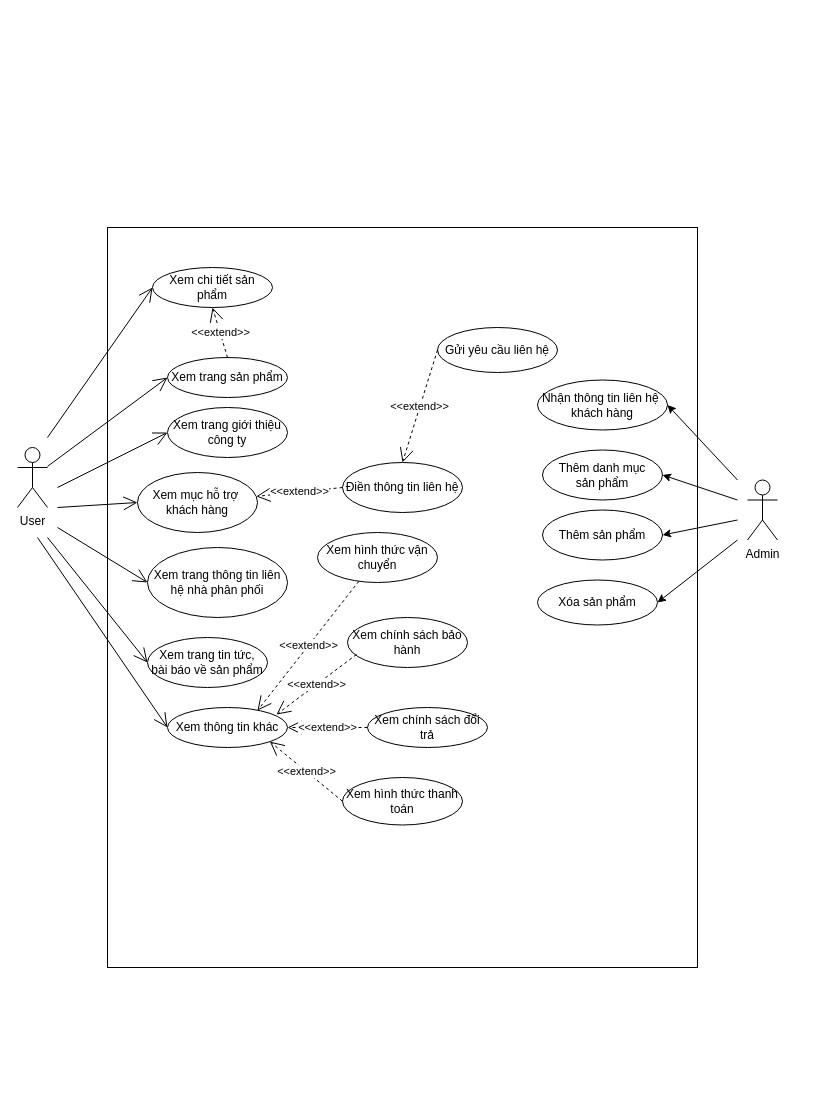
This is userDiagram.drawio from hoangminh15/PTTKHT, a draw.io file, before an edit. Source tidied: cells renumbered, new cells numbered last; positions are measured from the earlier drawing's top-left corner, leaving out a move shared by most shapes. Both pictures are drawn from the tidied source at 100%, with x=0, y=0 at pixel (17, 227).
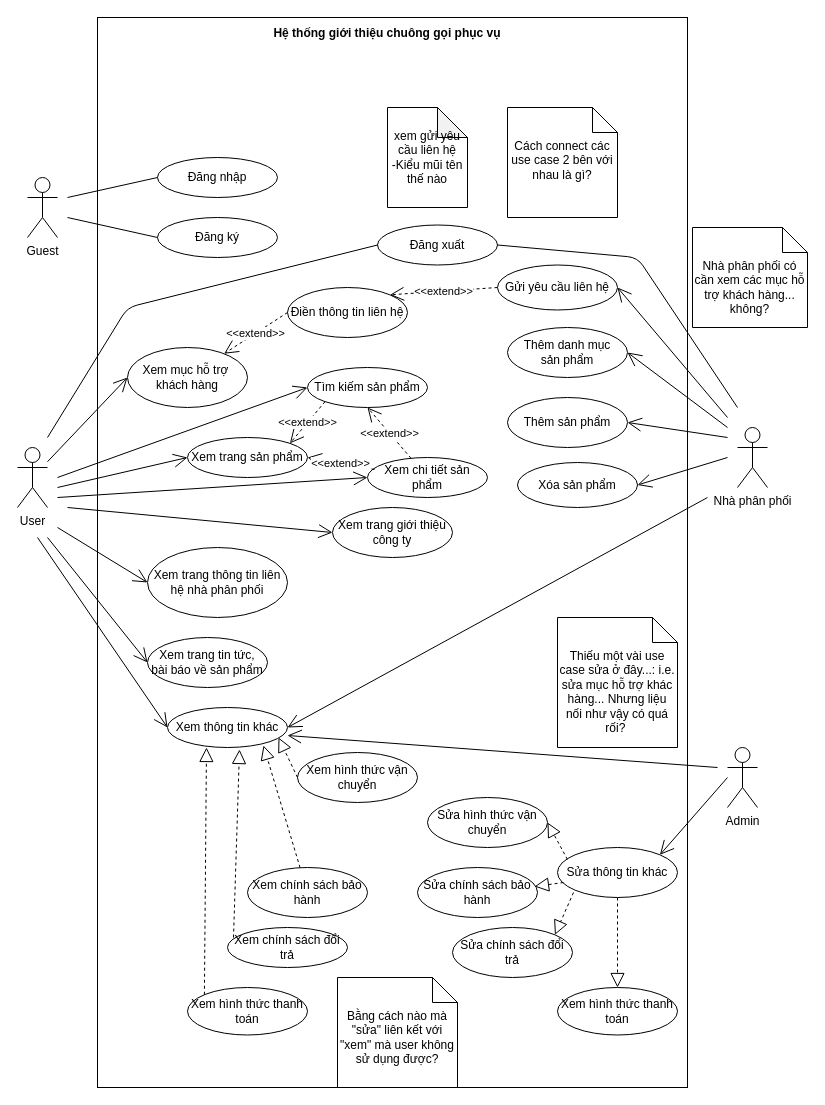
After the change.

Unchanged cells that the change refers to:
```xml
<mxCell id="2" value="User&lt;br&gt;" style="shape=umlActor;verticalLabelPosition=bottom;verticalAlign=top;html=1;outlineConnect=0;" parent="1" vertex="1">
  <mxGeometry y="220" width="30" height="60" as="geometry" />
</mxCell>
<mxCell id="18" value="Xem thông tin khác" style="ellipse;whiteSpace=wrap;html=1;" parent="1" vertex="1">
  <mxGeometry x="150" y="480" width="120" height="40" as="geometry" />
</mxCell>
```

The edit, as a diff of the source:
```diff
@@
     <mxCell id="3" style="rounded=0;whiteSpace=wrap;html=1;" parent="1" vertex="1">
-      <mxGeometry x="90" width="590" height="740" as="geometry" />
+      <mxGeometry x="80" y="-210" width="590" height="1070" as="geometry" />
     </mxCell>
     <mxCell id="4" value="Xem chi tiết sản phẩm" style="ellipse;whiteSpace=wrap;html=1;" parent="1" vertex="1">
-      <mxGeometry x="135" y="40" width="120" height="40" as="geometry" />
+      <mxGeometry x="350" y="230" width="120" height="40" as="geometry" />
     </mxCell>
     <mxCell id="5" value="Xem trang sản phẩm" style="ellipse;whiteSpace=wrap;html=1;" parent="1" vertex="1">
-      <mxGeometry x="150" y="130" width="120" height="40" as="geometry" />
+      <mxGeometry x="170" y="210" width="120" height="40" as="geometry" />
     </mxCell>
@@
     <mxCell id="8" value="Điền thông tin liên hệ" style="ellipse;whiteSpace=wrap;html=1;" parent="1" vertex="1">
-      <mxGeometry x="325" y="235" width="120" height="50" as="geometry" />
+      <mxGeometry x="270" y="60" width="120" height="50" as="geometry" />
     </mxCell>
     <mxCell id="9" value="Gửi yêu cầu liên hệ" style="ellipse;whiteSpace=wrap;html=1;" parent="1" vertex="1">
-      <mxGeometry x="420" y="100" width="120" height="45" as="geometry" />
+      <mxGeometry x="480" y="37.5" width="120" height="45" as="geometry" />
     </mxCell>
     <mxCell id="10" value="Xem mục hỗ trợ&amp;nbsp;&lt;br&gt;khách hàng" style="ellipse;whiteSpace=wrap;html=1;" parent="1" vertex="1">
-      <mxGeometry x="120" y="245" width="120" height="60" as="geometry" />
+      <mxGeometry x="110" y="120" width="120" height="60" as="geometry" />
     </mxCell>
     <mxCell id="11" value="Xem hình thức thanh toán" style="ellipse;whiteSpace=wrap;html=1;" parent="1" vertex="1">
-      <mxGeometry x="325" y="550" width="120" height="47.5" as="geometry" />
+      <mxGeometry x="170" y="760" width="120" height="47.5" as="geometry" />
     </mxCell>
     <mxCell id="12" value="Xem hình thức vận chuyển" style="ellipse;whiteSpace=wrap;html=1;" parent="1" vertex="1">
-      <mxGeometry x="300" y="305" width="120" height="50" as="geometry" />
+      <mxGeometry x="280" y="525" width="120" height="50" as="geometry" />
     </mxCell>
     <mxCell id="13" value="Xem chính sách bảo hành" style="ellipse;whiteSpace=wrap;html=1;" parent="1" vertex="1">
-      <mxGeometry x="330" y="390" width="120" height="50" as="geometry" />
+      <mxGeometry x="230" y="640" width="120" height="50" as="geometry" />
     </mxCell>
     <mxCell id="14" value="Xem chính sách đổi trả" style="ellipse;whiteSpace=wrap;html=1;" parent="1" vertex="1">
-      <mxGeometry x="350" y="480" width="120" height="40" as="geometry" />
+      <mxGeometry x="210" y="700" width="120" height="40" as="geometry" />
     </mxCell>
     <mxCell id="15" value="Thêm sản phẩm" style="ellipse;whiteSpace=wrap;html=1;" parent="1" vertex="1">
-      <mxGeometry x="525" y="282.5" width="120" height="50" as="geometry" />
+      <mxGeometry x="490" y="170" width="120" height="50" as="geometry" />
     </mxCell>
-    <mxCell id="16" value="Nhận thông tin liên hệ&amp;nbsp;&lt;br&gt;khách hàng" style="ellipse;whiteSpace=wrap;html=1;" parent="1" vertex="1">
-      <mxGeometry x="520" y="152.5" width="130" height="50" as="geometry" />
-    </mxCell>
     <mxCell id="17" value="Thêm danh mục &lt;br&gt;sản phẩm" style="ellipse;whiteSpace=wrap;html=1;" parent="1" vertex="1">
-      <mxGeometry x="525" y="222.5" width="120" height="50" as="geometry" />
+      <mxGeometry x="490" y="100" width="120" height="50" as="geometry" />
     </mxCell>
@@
     <mxCell id="19" value="Xóa sản phẩm" style="ellipse;whiteSpace=wrap;html=1;" parent="1" vertex="1">
-      <mxGeometry x="520" y="352.5" width="120" height="45" as="geometry" />
+      <mxGeometry x="500" y="235" width="120" height="45" as="geometry" />
     </mxCell>
@@
-    <mxCell id="21" value="&amp;lt;&amp;lt;extend&amp;gt;&amp;gt;" style="endArrow=open;endSize=12;dashed=1;html=1;exitX=0;exitY=0.5;exitDx=0;exitDy=0;entryX=0.5;entryY=0;entryDx=0;entryDy=0;" parent="1" edge="1" source="9" target="8">
+    <mxCell id="21" value="&amp;lt;&amp;lt;extend&amp;gt;&amp;gt;" style="endArrow=open;endSize=12;dashed=1;html=1;exitX=0;exitY=0.5;exitDx=0;exitDy=0;entryX=1;entryY=0;entryDx=0;entryDy=0;" parent="1" edge="1" source="9" target="8">
       <mxGeometry relative="1" as="geometry" />
     </mxCell>
@@
     <mxCell id="23" value="Xem trang giới thiệu công ty" style="ellipse;whiteSpace=wrap;html=1;" parent="1" vertex="1">
-      <mxGeometry x="150" y="180" width="120" height="50" as="geometry" />
+      <mxGeometry x="315" y="280" width="120" height="50" as="geometry" />
     </mxCell>
-    <mxCell id="24" value="&amp;lt;&amp;lt;extend&amp;gt;&amp;gt;" style="endArrow=open;endSize=12;dashed=1;html=1;exitX=0.5;exitY=0;exitDx=0;exitDy=0;entryX=0.5;entryY=1;entryDx=0;entryDy=0;" parent="1" edge="1" source="5" target="4">
+    <mxCell id="24" value="&amp;lt;&amp;lt;extend&amp;gt;&amp;gt;" style="endArrow=open;endSize=12;dashed=1;html=1;exitX=0.058;exitY=0.3;exitDx=0;exitDy=0;exitPerimeter=0;entryX=1;entryY=0.5;entryDx=0;entryDy=0;" parent="1" edge="1" source="4" target="5">
       <mxGeometry relative="1" as="geometry" />
     </mxCell>
     <mxCell id="25" style="endArrow=open;endFill=1;endSize=12;html=1;entryX=0;entryY=0.5;entryDx=0;entryDy=0;" parent="1" edge="1" target="4">
       <mxGeometry relative="1" as="geometry">
-        <mxPoint x="30" y="210" as="sourcePoint" />
+        <mxPoint x="40" y="270" as="sourcePoint" />
       </mxGeometry>
     </mxCell>
-    <mxCell id="26" style="endArrow=open;endFill=1;endSize=12;html=1;entryX=0;entryY=0.5;entryDx=0;entryDy=0;" parent="1" edge="1" source="2" target="5">
-      <mxGeometry relative="1" as="geometry" />
+    <mxCell id="26" style="endArrow=open;endFill=1;endSize=12;html=1;entryX=0;entryY=0.5;entryDx=0;entryDy=0;" parent="1" edge="1" target="5">
+      <mxGeometry relative="1" as="geometry">
+        <mxPoint x="40" y="260" as="sourcePoint" />
+      </mxGeometry>
     </mxCell>
     <mxCell id="27" style="endArrow=open;endFill=1;endSize=12;html=1;entryX=0;entryY=0.5;entryDx=0;entryDy=0;" parent="1" edge="1" target="23">
       <mxGeometry relative="1" as="geometry">
-        <mxPoint x="40" y="260" as="sourcePoint" />
+        <mxPoint x="50" y="280" as="sourcePoint" />
       </mxGeometry>
     </mxCell>
-    <mxCell id="28" style="endArrow=open;endFill=1;endSize=12;html=1;entryX=0;entryY=0.5;entryDx=0;entryDy=0;" parent="1" edge="1" target="10">
-      <mxGeometry relative="1" as="geometry">
-        <mxPoint x="40" y="280" as="sourcePoint" />
-      </mxGeometry>
+    <mxCell id="28" style="endArrow=open;endFill=1;endSize=12;html=1;entryX=0;entryY=0.5;entryDx=0;entryDy=0;" parent="1" edge="1" source="2" target="10">
+      <mxGeometry relative="1" as="geometry" />
     </mxCell>
@@
+    <mxCell id="36" value="Nhà phân phối&lt;br&gt;" style="shape=umlActor;verticalLabelPosition=bottom;verticalAlign=top;html=1;" parent="1" vertex="1">
+      <mxGeometry x="720" y="200" width="30" height="60" as="geometry" />
+    </mxCell>
+    <mxCell id="41" value="Đăng nhập" style="ellipse;whiteSpace=wrap;html=1;" parent="1" vertex="1">
+      <mxGeometry x="140" y="-70" width="120" height="40" as="geometry" />
+    </mxCell>
+    <mxCell id="42" value="Đăng ký" style="ellipse;whiteSpace=wrap;html=1;" parent="1" vertex="1">
+      <mxGeometry x="140" y="-10" width="120" height="40" as="geometry" />
+    </mxCell>
+    <mxCell id="43" value="Guest" style="shape=umlActor;verticalLabelPosition=bottom;verticalAlign=top;html=1;" parent="1" vertex="1">
+      <mxGeometry x="10" y="-50" width="30" height="60" as="geometry" />
+    </mxCell>
+    <mxCell id="44" style="endArrow=none;html=1;entryX=0;entryY=0.5;entryDx=0;entryDy=0;" parent="1" edge="1" target="41">
+      <mxGeometry relative="1" as="geometry">
+        <mxPoint x="50" y="-30" as="sourcePoint" />
+      </mxGeometry>
+    </mxCell>
+    <mxCell id="45" style="endArrow=none;html=1;entryX=0;entryY=0.5;entryDx=0;entryDy=0;" parent="1" edge="1" target="42">
+      <mxGeometry relative="1" as="geometry">
+        <mxPoint x="50" y="-10" as="sourcePoint" />
+      </mxGeometry>
+    </mxCell>
+    <mxCell id="46" value="Đăng xuất" style="ellipse;whiteSpace=wrap;html=1;" parent="1" vertex="1">
+      <mxGeometry x="360" y="-2.5" width="120" height="40" as="geometry" />
+    </mxCell>
+    <mxCell id="47" style="endArrow=none;html=1;entryX=0;entryY=0.5;entryDx=0;entryDy=0;" parent="1" edge="1" target="46">
+      <mxGeometry relative="1" as="geometry">
+        <mxPoint x="30" y="210" as="sourcePoint" />
+        <Array as="points">
+          <mxPoint x="110" y="80" />
+        </Array>
+      </mxGeometry>
+    </mxCell>
+    <mxCell id="48" style="endArrow=none;html=1;exitX=1;exitY=0.5;exitDx=0;exitDy=0;" parent="1" edge="1" source="46">
+      <mxGeometry relative="1" as="geometry">
+        <mxPoint x="720" y="180" as="targetPoint" />
+        <Array as="points">
+          <mxPoint x="620" y="30" />
+        </Array>
+      </mxGeometry>
+    </mxCell>
+    <mxCell id="49" value="Admin" style="shape=umlActor;verticalLabelPosition=bottom;verticalAlign=top;html=1;" parent="1" vertex="1">
+      <mxGeometry x="710" y="520" width="30" height="60" as="geometry" />
+    </mxCell>
+    <mxCell id="50" value="xem gửi yêu cầu liên hệ&lt;br&gt;-Kiểu mũi tên thế nào" style="shape=note;whiteSpace=wrap;html=1;backgroundOutline=1;darkOpacity=0.05;" parent="1" vertex="1">
+      <mxGeometry x="370" y="-120" width="80" height="100" as="geometry" />
+    </mxCell>
-    <mxCell id="32" value="&amp;lt;&amp;lt;extend&amp;gt;&amp;gt;" style="endArrow=open;endSize=12;dashed=1;html=1;entryX=0.75;entryY=0.075;entryDx=0;entryDy=0;entryPerimeter=0;" parent="1" edge="1" source="12" target="18">
+    <mxCell id="32" style="endArrow=block;dashed=1;endFill=0;endSize=12;html=1;exitX=0;exitY=0.5;exitDx=0;exitDy=0;entryX=0.925;entryY=0.75;entryDx=0;entryDy=0;entryPerimeter=0;" parent="1" edge="1" source="12" target="18">
       <mxGeometry relative="1" as="geometry" />
     </mxCell>
-    <mxCell id="33" value="&amp;lt;&amp;lt;extend&amp;gt;&amp;gt;" style="endArrow=open;endSize=12;dashed=1;html=1;entryX=0.908;entryY=0.175;entryDx=0;entryDy=0;entryPerimeter=0;exitX=0.075;exitY=0.74;exitDx=0;exitDy=0;exitPerimeter=0;" parent="1" edge="1" source="13" target="18">
+    <mxCell id="33" style="endArrow=block;dashed=1;endFill=0;endSize=12;html=1;entryX=0.8;entryY=0.95;entryDx=0;entryDy=0;entryPerimeter=0;" parent="1" edge="1" source="13" target="18">
       <mxGeometry relative="1" as="geometry" />
     </mxCell>
-    <mxCell id="34" value="&amp;lt;&amp;lt;extend&amp;gt;&amp;gt;" style="endArrow=open;endSize=12;dashed=1;html=1;exitX=0;exitY=0.5;exitDx=0;exitDy=0;entryX=1;entryY=0.5;entryDx=0;entryDy=0;" parent="1" edge="1" source="14" target="18">
+    <mxCell id="34" style="endArrow=block;dashed=1;endFill=0;endSize=12;html=1;entryX=0.6;entryY=1.05;entryDx=0;entryDy=0;entryPerimeter=0;exitX=0.05;exitY=0.25;exitDx=0;exitDy=0;exitPerimeter=0;" parent="1" edge="1" source="14" target="18">
       <mxGeometry relative="1" as="geometry" />
     </mxCell>
-    <mxCell id="35" value="&amp;lt;&amp;lt;extend&amp;gt;&amp;gt;" style="endArrow=open;endSize=12;dashed=1;html=1;entryX=1;entryY=1;entryDx=0;entryDy=0;exitX=0;exitY=0.5;exitDx=0;exitDy=0;" parent="1" edge="1" source="11" target="18">
+    <mxCell id="35" style="endArrow=block;dashed=1;endFill=0;endSize=12;html=1;entryX=0.325;entryY=1;entryDx=0;entryDy=0;entryPerimeter=0;exitX=0;exitY=0;exitDx=0;exitDy=0;" parent="1" edge="1" source="11" target="18">
       <mxGeometry relative="1" as="geometry" />
     </mxCell>
-    <mxCell id="36" value="Admin" style="shape=umlActor;verticalLabelPosition=bottom;verticalAlign=top;html=1;" parent="1" vertex="1">
-      <mxGeometry x="730" y="252.5" width="30" height="60" as="geometry" />
-    </mxCell>
-    <mxCell id="37" style="endArrow=classic;html=1;entryX=1;entryY=0.5;entryDx=0;entryDy=0;" parent="1" edge="1" target="16">
-      <mxGeometry relative="1" as="geometry">
-        <mxPoint x="720" y="252.5" as="sourcePoint" />
-      </mxGeometry>
-    </mxCell>
-    <mxCell id="38" style="endArrow=classic;html=1;entryX=1;entryY=0.5;entryDx=0;entryDy=0;" parent="1" edge="1" target="17">
-      <mxGeometry relative="1" as="geometry">
-        <mxPoint x="720" y="272.5" as="sourcePoint" />
-      </mxGeometry>
-    </mxCell>
-    <mxCell id="39" style="endArrow=classic;html=1;entryX=1;entryY=0.5;entryDx=0;entryDy=0;" parent="1" edge="1" target="15">
-      <mxGeometry relative="1" as="geometry">
-        <mxPoint x="720" y="292.5" as="sourcePoint" />
-      </mxGeometry>
-    </mxCell>
-    <mxCell id="40" style="endArrow=classic;html=1;entryX=1;entryY=0.5;entryDx=0;entryDy=0;" parent="1" edge="1" target="19">
-      <mxGeometry relative="1" as="geometry">
-        <mxPoint x="720" y="312.5" as="sourcePoint" />
-      </mxGeometry>
-    </mxCell>
+    <mxCell id="51" style="edgeStyle=orthogonalEdgeStyle;rounded=0;orthogonalLoop=1;jettySize=auto;html=1;exitX=0.5;exitY=1;exitDx=0;exitDy=0;" parent="1" edge="1" source="14" target="14">
+      <mxGeometry relative="1" as="geometry" />
+    </mxCell>
+    <mxCell id="52" value="Cách connect các use case 2 bên với nhau là gì?" style="shape=note2;boundedLbl=1;whiteSpace=wrap;html=1;size=25;verticalAlign=top;align=center;" parent="1" vertex="1">
+      <mxGeometry x="490" y="-120" width="110" height="110" as="geometry" />
+    </mxCell>
+    <mxCell id="53" style="endArrow=open;endFill=1;endSize=12;html=1;entryX=1;entryY=0.5;entryDx=0;entryDy=0;" parent="1" edge="1" target="18">
+      <mxGeometry relative="1" as="geometry">
+        <mxPoint x="690" y="270" as="sourcePoint" />
+      </mxGeometry>
+    </mxCell>
+    <mxCell id="54" style="endArrow=open;endFill=1;endSize=12;html=1;entryX=1;entryY=0.7;entryDx=0;entryDy=0;entryPerimeter=0;" parent="1" edge="1" target="18">
+      <mxGeometry relative="1" as="geometry">
+        <mxPoint x="700" y="540" as="sourcePoint" />
+      </mxGeometry>
+    </mxCell>
+    <mxCell id="55" style="endArrow=open;endFill=1;endSize=12;html=1;entryX=1;entryY=0.5;entryDx=0;entryDy=0;" parent="1" edge="1" target="9">
+      <mxGeometry relative="1" as="geometry">
+        <mxPoint x="710" y="190" as="sourcePoint" />
+      </mxGeometry>
+    </mxCell>
+    <mxCell id="56" style="endArrow=open;endFill=1;endSize=12;html=1;entryX=1;entryY=0.5;entryDx=0;entryDy=0;" parent="1" edge="1" target="17">
+      <mxGeometry relative="1" as="geometry">
+        <mxPoint x="710" y="200" as="sourcePoint" />
+      </mxGeometry>
+    </mxCell>
+    <mxCell id="57" style="endArrow=open;endFill=1;endSize=12;html=1;entryX=1;entryY=0.5;entryDx=0;entryDy=0;" parent="1" edge="1" target="15">
+      <mxGeometry relative="1" as="geometry">
+        <mxPoint x="710" y="210" as="sourcePoint" />
+      </mxGeometry>
+    </mxCell>
+    <mxCell id="58" style="endArrow=open;endFill=1;endSize=12;html=1;entryX=1;entryY=0.5;entryDx=0;entryDy=0;" parent="1" edge="1" target="19">
+      <mxGeometry relative="1" as="geometry">
+        <mxPoint x="710" y="230" as="sourcePoint" />
+      </mxGeometry>
+    </mxCell>
+    <mxCell id="59" value="Sửa hình thức vận chuyển" style="ellipse;whiteSpace=wrap;html=1;" parent="1" vertex="1">
+      <mxGeometry x="410" y="570" width="120" height="50" as="geometry" />
+    </mxCell>
+    <mxCell id="60" value="Sửa chính sách bảo hành" style="ellipse;whiteSpace=wrap;html=1;" parent="1" vertex="1">
+      <mxGeometry x="400" y="640" width="120" height="50" as="geometry" />
+    </mxCell>
+    <mxCell id="61" value="Sửa chính sách đổi trả" style="ellipse;whiteSpace=wrap;html=1;" parent="1" vertex="1">
+      <mxGeometry x="435" y="700" width="120" height="50" as="geometry" />
+    </mxCell>
+    <mxCell id="62" style="edgeStyle=orthogonalEdgeStyle;rounded=0;orthogonalLoop=1;jettySize=auto;html=1;exitX=0.5;exitY=1;exitDx=0;exitDy=0;" parent="1" edge="1" source="61" target="61">
+      <mxGeometry relative="1" as="geometry" />
+    </mxCell>
+    <mxCell id="63" value="Xem hình thức thanh toán" style="ellipse;whiteSpace=wrap;html=1;" parent="1" vertex="1">
+      <mxGeometry x="540" y="760" width="120" height="47.5" as="geometry" />
+    </mxCell>
+    <mxCell id="64" value="Bằng cách nào mà &quot;sửa&quot; liên kết với &quot;xem&quot; mà user không sử dụng được?" style="shape=note2;boundedLbl=1;whiteSpace=wrap;html=1;size=25;verticalAlign=top;align=center;" parent="1" vertex="1">
+      <mxGeometry x="320" y="750" width="120" height="110" as="geometry" />
+    </mxCell>
+    <mxCell id="65" value="Sửa thông tin khác" style="ellipse;whiteSpace=wrap;html=1;" parent="1" vertex="1">
+      <mxGeometry x="540" y="620" width="120" height="50" as="geometry" />
+    </mxCell>
+    <mxCell id="66" style="endArrow=open;endFill=1;endSize=12;html=1;entryX=1;entryY=0;entryDx=0;entryDy=0;" parent="1" edge="1" target="65">
+      <mxGeometry relative="1" as="geometry">
+        <mxPoint x="710" y="550" as="sourcePoint" />
+      </mxGeometry>
+    </mxCell>
+    <mxCell id="67" style="endArrow=block;dashed=1;endFill=0;endSize=12;html=1;exitX=0.083;exitY=0.24;exitDx=0;exitDy=0;entryX=1;entryY=0.5;entryDx=0;entryDy=0;exitPerimeter=0;" parent="1" edge="1" source="65" target="59">
+      <mxGeometry relative="1" as="geometry" />
+    </mxCell>
+    <mxCell id="68" style="endArrow=block;dashed=1;endFill=0;endSize=12;html=1;exitX=0.05;exitY=0.7;exitDx=0;exitDy=0;entryX=0.975;entryY=0.38;entryDx=0;entryDy=0;exitPerimeter=0;entryPerimeter=0;" parent="1" edge="1" source="65" target="60">
+      <mxGeometry relative="1" as="geometry" />
+    </mxCell>
+    <mxCell id="69" style="endArrow=block;dashed=1;endFill=0;endSize=12;html=1;exitX=0.05;exitY=0.7;exitDx=0;exitDy=0;entryX=1;entryY=0;entryDx=0;entryDy=0;exitPerimeter=0;" parent="1" edge="1" target="61">
+      <mxGeometry relative="1" as="geometry">
+        <mxPoint x="556" y="665" as="sourcePoint" />
+      </mxGeometry>
+    </mxCell>
+    <mxCell id="70" style="endArrow=block;dashed=1;endFill=0;endSize=12;html=1;exitX=0.5;exitY=1;exitDx=0;exitDy=0;" parent="1" edge="1" source="65" target="63">
+      <mxGeometry relative="1" as="geometry" />
+    </mxCell>
+    <mxCell id="71" value="Tìm kiếm sản phẩm" style="ellipse;whiteSpace=wrap;html=1;" parent="1" vertex="1">
+      <mxGeometry x="290" y="140" width="120" height="40" as="geometry" />
+    </mxCell>
+    <mxCell id="72" style="endArrow=open;endFill=1;endSize=12;html=1;entryX=0;entryY=0.5;entryDx=0;entryDy=0;" parent="1" edge="1" target="71">
+      <mxGeometry relative="1" as="geometry">
+        <mxPoint x="40" y="250" as="sourcePoint" />
+      </mxGeometry>
+    </mxCell>
+    <mxCell id="73" value="&amp;lt;&amp;lt;extend&amp;gt;&amp;gt;" style="endArrow=open;endSize=12;dashed=1;html=1;exitX=0;exitY=1;exitDx=0;exitDy=0;entryX=1;entryY=0;entryDx=0;entryDy=0;" parent="1" edge="1" source="71" target="5">
+      <mxGeometry relative="1" as="geometry" />
+    </mxCell>
+    <mxCell id="74" value="&amp;lt;&amp;lt;extend&amp;gt;&amp;gt;" style="endArrow=open;endSize=12;dashed=1;html=1;entryX=0.5;entryY=1;entryDx=0;entryDy=0;" parent="1" edge="1" source="4" target="71">
+      <mxGeometry relative="1" as="geometry" />
+    </mxCell>
+    <mxCell id="75" value="Nhà phân phối có cần xem các mục hỗ trợ khách hàng... không?" style="shape=note2;boundedLbl=1;whiteSpace=wrap;html=1;size=25;verticalAlign=top;align=center;" parent="1" vertex="1">
+      <mxGeometry x="675" width="115" height="100" as="geometry" />
+    </mxCell>
+    <mxCell id="76" value="Hệ thống giới thiệu chuông gọi phục vụ" style="text;align=center;fontStyle=1;verticalAlign=middle;spacingLeft=3;spacingRight=3;strokeColor=none;" parent="1" vertex="1">
+      <mxGeometry x="310" y="-200" width="120" height="10" as="geometry" />
+    </mxCell>
+    <mxCell id="77" value="Thiếu một vài use case sửa ở đây...: i.e. sửa mục hỗ trợ khác hàng... Nhưng liệu nối như vậy có quá rối?&amp;nbsp;" style="shape=note2;boundedLbl=1;whiteSpace=wrap;html=1;size=25;verticalAlign=top;align=center;" parent="1" vertex="1">
+      <mxGeometry x="540" y="390" width="120" height="130" as="geometry" />
+    </mxCell>
```
